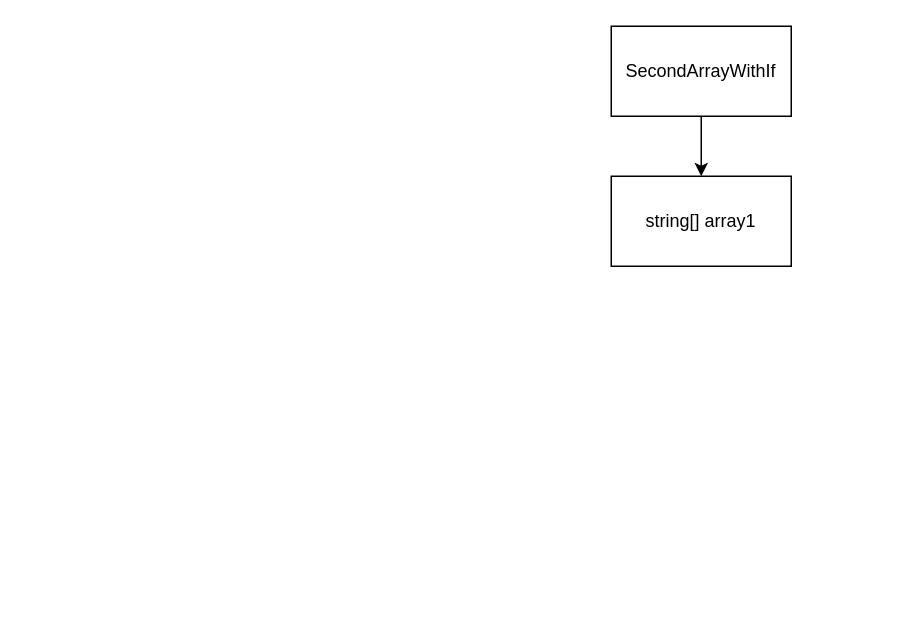
The draw.io diagram FirstTask.drawio in Anklvv/final_task, before the edit. Source tidied: cells renumbered, new cells numbered last; positions are measured from the earlier drawing's top-left corner, leaving out a move shared by most shapes. Both pictures are drawn from the tidied source at 150%, with x=0, y=0 at pixel (610, 26).
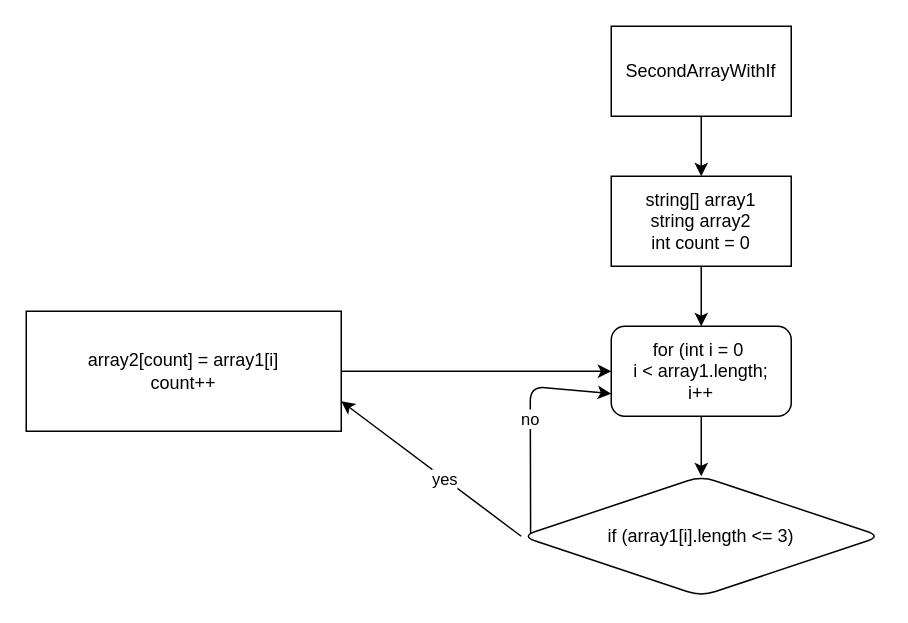
The same page after the edit.

What changed in the source:
```diff
@@
 <mxGraphModel>
   <root>
     <mxCell id="0" />
     <mxCell id="1" parent="0" />
     <mxCell id="2" style="edgeStyle=none;html=1;" parent="1" edge="1" source="3" target="4">
       <mxGeometry relative="1" as="geometry" />
     </mxCell>
     <mxCell id="3" value="SecondArrayWithIf" style="whiteSpace=wrap;html=1;" parent="1" vertex="1">
       <mxGeometry width="120" height="60" as="geometry" />
     </mxCell>
+    <mxCell id="5" style="edgeStyle=none;html=1;" parent="1" edge="1" source="4" target="7">
+      <mxGeometry relative="1" as="geometry" />
+    </mxCell>
-    <mxCell id="4" value="string[] array1&lt;br&gt;" style="whiteSpace=wrap;html=1;" parent="1" vertex="1">
+    <mxCell id="4" value="string[] array1&lt;br&gt;string array2&lt;br&gt;int count = 0" style="whiteSpace=wrap;html=1;" parent="1" vertex="1">
       <mxGeometry y="100" width="120" height="60" as="geometry" />
     </mxCell>
+    <mxCell id="6" style="edgeStyle=none;html=1;" parent="1" edge="1" source="7" target="11">
+      <mxGeometry relative="1" as="geometry" />
+    </mxCell>
+    <mxCell id="7" value="for (int i = 0&amp;nbsp;&lt;br&gt;i &amp;lt; array1.length;&lt;br&gt;i++" style="whiteSpace=wrap;html=1;rounded=1;" parent="1" vertex="1">
+      <mxGeometry y="200" width="120" height="60" as="geometry" />
+    </mxCell>
+    <mxCell id="8" style="edgeStyle=none;html=1;exitX=0;exitY=0.5;exitDx=0;exitDy=0;entryX=1;entryY=0.75;entryDx=0;entryDy=0;" parent="1" edge="1" source="11" target="13">
+      <mxGeometry relative="1" as="geometry" />
+    </mxCell>
+    <mxCell id="9" value="yes" style="edgeLabel;html=1;align=center;verticalAlign=middle;" parent="8" vertex="1">
+      <mxGeometry x="-0.13" relative="1" as="geometry" />
+    </mxCell>
+    <mxCell id="10" value="no" style="edgeStyle=none;html=1;entryX=0;entryY=0.75;entryDx=0;entryDy=0;exitX=0.026;exitY=0.481;exitDx=0;exitDy=0;exitPerimeter=0;" parent="1" edge="1" source="11" target="7">
+      <mxGeometry relative="1" as="geometry">
+        <Array as="points">
+          <mxPoint x="-54" y="240" />
+        </Array>
+      </mxGeometry>
+    </mxCell>
+    <mxCell id="11" value="if (array1[i].length &amp;lt;= 3)" style="rhombus;whiteSpace=wrap;html=1;rounded=1;" parent="1" vertex="1">
+      <mxGeometry x="-60" y="300" width="240" height="80" as="geometry" />
+    </mxCell>
+    <mxCell id="12" style="edgeStyle=none;html=1;entryX=0;entryY=0.5;entryDx=0;entryDy=0;" parent="1" edge="1" source="13" target="7">
+      <mxGeometry relative="1" as="geometry" />
+    </mxCell>
+    <mxCell id="13" value="array2[count] = array1[i]&lt;br&gt;count++" style="whiteSpace=wrap;html=1;rounded=0;" parent="1" vertex="1">
+      <mxGeometry x="-390" y="190" width="210" height="80" as="geometry" />
+    </mxCell>
   </root>
 </mxGraphModel>
```
